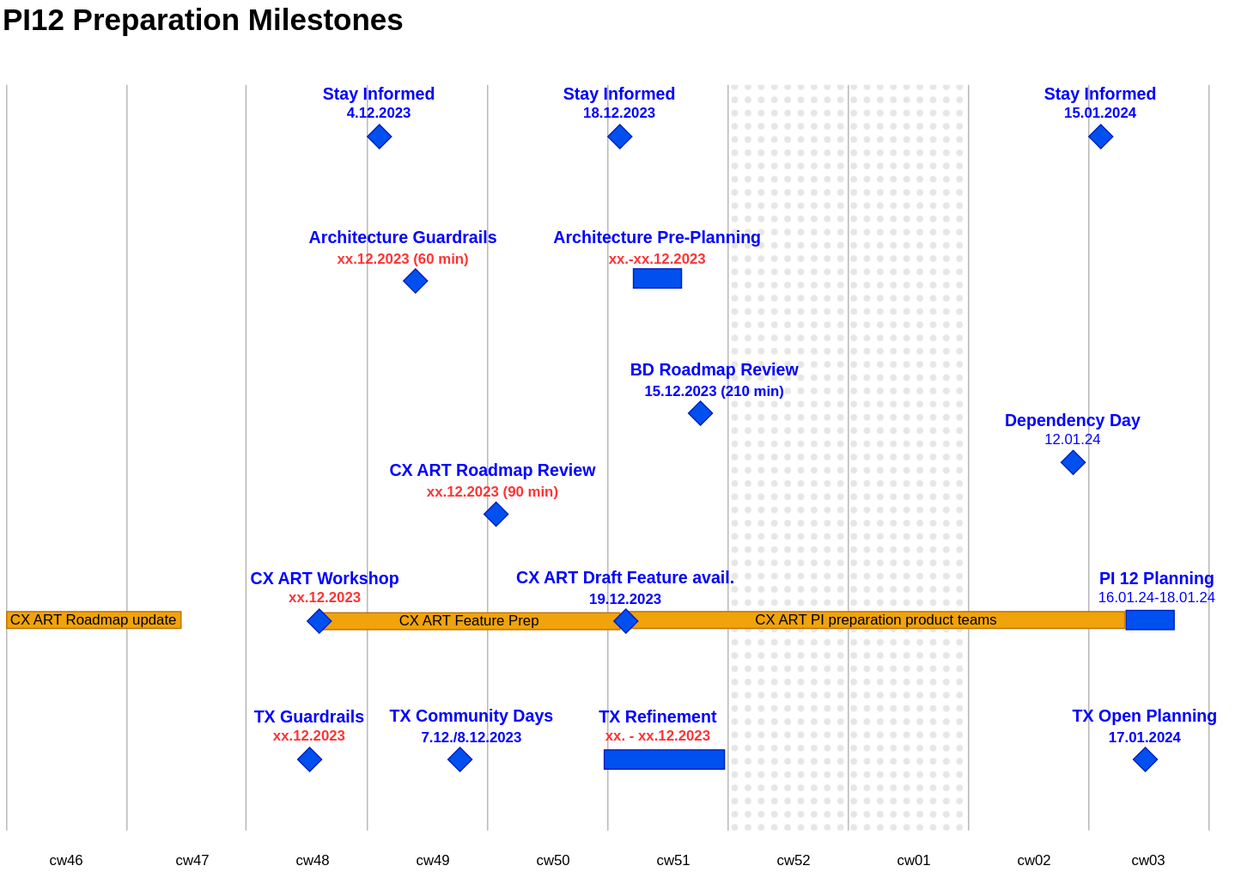
Before: PI12-Preparation-Timeline.drawio.svg, a diagram exported from draw.io (mabige/scratchpad). Source tidied: cells renumbered, new cells last; positions are measured from the earlier drawing's top-left corner, leaving out a move shared by most shapes.
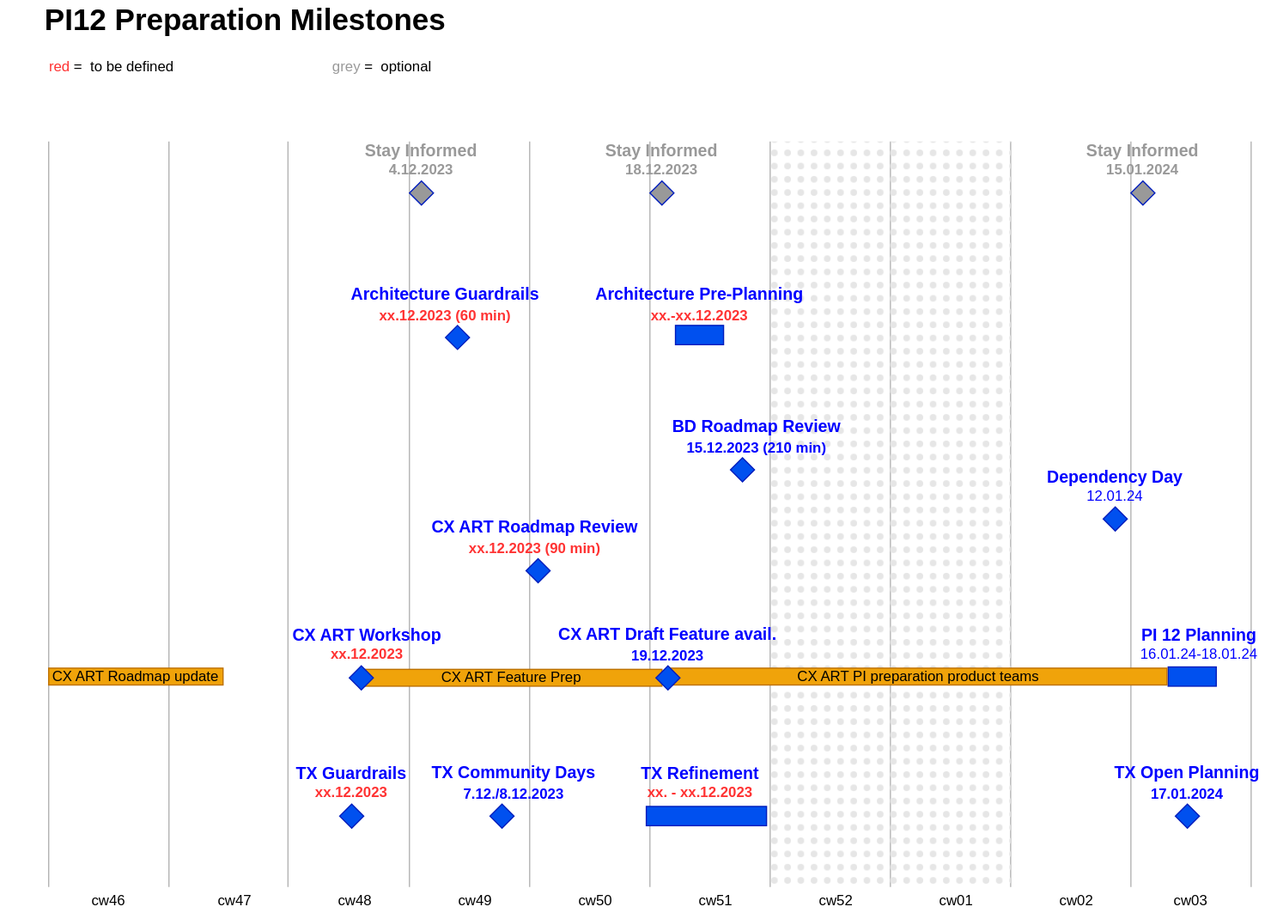
After the change.

The edit, as a diff of the source:
```diff
@@ -3,34 +3,34 @@
     <mxCell id="0" />
     <mxCell id="1" parent="0" />
     <mxCell id="2" value="cw47" style="text;html=1;strokeColor=none;fillColor=none;align=center;verticalAlign=middle;whiteSpace=wrap;rounded=0;" parent="1" vertex="1">
-      <mxGeometry x="130" y="700" width="60" height="30" as="geometry" />
+      <mxGeometry x="130" y="687" width="60" height="30" as="geometry" />
     </mxCell>
     <mxCell id="3" value="cw48" style="text;html=1;strokeColor=none;fillColor=none;align=center;verticalAlign=middle;whiteSpace=wrap;rounded=0;" parent="1" vertex="1">
-      <mxGeometry x="230" y="700" width="60" height="30" as="geometry" />
+      <mxGeometry x="230" y="687" width="60" height="30" as="geometry" />
     </mxCell>
     <mxCell id="4" value="cw49" style="text;html=1;strokeColor=none;fillColor=none;align=center;verticalAlign=middle;whiteSpace=wrap;rounded=0;" parent="1" vertex="1">
-      <mxGeometry x="330" y="700" width="60" height="30" as="geometry" />
+      <mxGeometry x="330" y="687" width="60" height="30" as="geometry" />
     </mxCell>
     <mxCell id="5" value="cw50" style="text;html=1;strokeColor=none;fillColor=none;align=center;verticalAlign=middle;whiteSpace=wrap;rounded=0;" parent="1" vertex="1">
-      <mxGeometry x="430" y="700" width="60" height="30" as="geometry" />
+      <mxGeometry x="430" y="687" width="60" height="30" as="geometry" />
     </mxCell>
     <mxCell id="6" value="cw51" style="text;html=1;strokeColor=none;fillColor=none;align=center;verticalAlign=middle;whiteSpace=wrap;rounded=0;" parent="1" vertex="1">
-      <mxGeometry x="530" y="700" width="60" height="30" as="geometry" />
+      <mxGeometry x="530" y="687" width="60" height="30" as="geometry" />
     </mxCell>
     <mxCell id="7" value="cw52" style="text;html=1;strokeColor=none;fillColor=none;align=center;verticalAlign=middle;whiteSpace=wrap;rounded=0;" parent="1" vertex="1">
-      <mxGeometry x="630" y="700" width="60" height="30" as="geometry" />
+      <mxGeometry x="630" y="687" width="60" height="30" as="geometry" />
     </mxCell>
     <mxCell id="8" value="cw01" style="text;html=1;strokeColor=none;fillColor=none;align=center;verticalAlign=middle;whiteSpace=wrap;rounded=0;" parent="1" vertex="1">
-      <mxGeometry x="730" y="700" width="60" height="30" as="geometry" />
+      <mxGeometry x="730" y="687" width="60" height="30" as="geometry" />
     </mxCell>
     <mxCell id="9" value="cw02" style="text;html=1;strokeColor=none;fillColor=none;align=center;verticalAlign=middle;whiteSpace=wrap;rounded=0;" parent="1" vertex="1">
-      <mxGeometry x="830" y="700" width="60" height="30" as="geometry" />
+      <mxGeometry x="830" y="687" width="60" height="30" as="geometry" />
     </mxCell>
     <mxCell id="10" value="cw03" style="text;html=1;strokeColor=none;fillColor=none;align=center;verticalAlign=middle;whiteSpace=wrap;rounded=0;" parent="1" vertex="1">
-      <mxGeometry x="925" y="700" width="60" height="30" as="geometry" />
+      <mxGeometry x="925" y="687" width="60" height="30" as="geometry" />
     </mxCell>
     <mxCell id="11" value="cw46" style="text;html=1;strokeColor=none;fillColor=none;align=center;verticalAlign=middle;whiteSpace=wrap;rounded=0;" parent="1" vertex="1">
-      <mxGeometry x="25" y="700" width="60" height="30" as="geometry" />
+      <mxGeometry x="25" y="687" width="60" height="30" as="geometry" />
     </mxCell>
     <mxCell id="12" style="endArrow=none;html=1;rounded=0;fontColor=#CCCCCC;strokeColor=#B3B3B3;" parent="1" edge="1">
       <mxGeometry relative="1" as="geometry">
@@ -119,22 +119,22 @@
     <mxCell id="29" style="rounded=0;whiteSpace=wrap;html=1;fillColor=#0050ef;fontColor=#ffffff;strokeColor=#001DBC;" parent="27" vertex="1">
       <mxGeometry x="34" y="34" width="40" height="16" as="geometry" />
     </mxCell>
-    <mxCell id="30" value="&lt;div&gt;&lt;font style=&quot;font-size: 14px;&quot;&gt;Stay Informed&lt;br&gt;&lt;/font&gt;&lt;font style=&quot;font-size: 12px;&quot;&gt;4.12.2023&lt;font style=&quot;font-size: 12px;&quot;&gt;&lt;br&gt;&lt;/font&gt;&lt;/font&gt;&lt;/div&gt;" style="text;html=1;strokeColor=none;fillColor=none;align=center;verticalAlign=middle;whiteSpace=wrap;rounded=0;fontStyle=1;fontColor=#0000FF;" parent="1" vertex="1">
+    <mxCell id="30" value="&lt;div&gt;&lt;font style=&quot;font-size: 14px;&quot;&gt;Stay Informed&lt;br&gt;&lt;/font&gt;&lt;font style=&quot;font-size: 12px;&quot;&gt;4.12.2023&lt;font style=&quot;font-size: 12px;&quot;&gt;&lt;br&gt;&lt;/font&gt;&lt;/font&gt;&lt;/div&gt;" style="text;html=1;strokeColor=none;fillColor=none;align=center;verticalAlign=middle;whiteSpace=wrap;rounded=0;fontStyle=1;fontColor=#999999;" parent="1" vertex="1">
       <mxGeometry x="255" y="70" width="120" height="30" as="geometry" />
     </mxCell>
-    <mxCell id="31" style="rhombus;whiteSpace=wrap;html=1;fillColor=#0050ef;fontColor=#ffffff;strokeColor=#001DBC;" parent="1" vertex="1">
+    <mxCell id="31" style="rhombus;whiteSpace=wrap;html=1;fillColor=#999999;fontColor=#ffffff;strokeColor=#001DBC;" parent="1" vertex="1">
       <mxGeometry x="305" y="103" width="20" height="20" as="geometry" />
     </mxCell>
-    <mxCell id="32" value="&lt;div&gt;&lt;font style=&quot;font-size: 14px;&quot;&gt;Stay Informed&lt;br&gt;&lt;/font&gt;&lt;font style=&quot;font-size: 12px;&quot;&gt;18.12.2023&lt;font style=&quot;font-size: 12px;&quot;&gt;&lt;br&gt;&lt;/font&gt;&lt;/font&gt;&lt;/div&gt;" style="text;html=1;strokeColor=none;fillColor=none;align=center;verticalAlign=middle;whiteSpace=wrap;rounded=0;fontStyle=1;fontColor=#0000FF;" parent="1" vertex="1">
+    <mxCell id="32" value="&lt;div&gt;&lt;font style=&quot;font-size: 14px;&quot;&gt;Stay Informed&lt;br&gt;&lt;/font&gt;&lt;font style=&quot;font-size: 12px;&quot;&gt;18.12.2023&lt;font style=&quot;font-size: 12px;&quot;&gt;&lt;br&gt;&lt;/font&gt;&lt;/font&gt;&lt;/div&gt;" style="text;html=1;strokeColor=none;fillColor=none;align=center;verticalAlign=middle;whiteSpace=wrap;rounded=0;fontStyle=1;fontColor=#999999;" parent="1" vertex="1">
       <mxGeometry x="455" y="70" width="120" height="30" as="geometry" />
     </mxCell>
-    <mxCell id="33" style="rhombus;whiteSpace=wrap;html=1;fillColor=#0050ef;fontColor=#ffffff;strokeColor=#001DBC;" parent="1" vertex="1">
+    <mxCell id="33" style="rhombus;whiteSpace=wrap;html=1;fillColor=#999999;fontColor=#ffffff;strokeColor=#001DBC;" parent="1" vertex="1">
       <mxGeometry x="505" y="103" width="20" height="20" as="geometry" />
     </mxCell>
-    <mxCell id="34" value="&lt;div&gt;&lt;font style=&quot;font-size: 14px;&quot;&gt;Stay Informed&lt;br&gt;&lt;/font&gt;&lt;font style=&quot;font-size: 12px;&quot;&gt;15.01.2024&lt;font style=&quot;font-size: 12px;&quot;&gt;&lt;br&gt;&lt;/font&gt;&lt;/font&gt;&lt;/div&gt;" style="text;html=1;strokeColor=none;fillColor=none;align=center;verticalAlign=middle;whiteSpace=wrap;rounded=0;fontStyle=1;fontColor=#0000FF;" parent="1" vertex="1">
+    <mxCell id="34" value="&lt;div&gt;&lt;font style=&quot;font-size: 14px;&quot;&gt;Stay Informed&lt;br&gt;&lt;/font&gt;&lt;font style=&quot;font-size: 12px;&quot;&gt;15.01.2024&lt;font style=&quot;font-size: 12px;&quot;&gt;&lt;br&gt;&lt;/font&gt;&lt;/font&gt;&lt;/div&gt;" style="text;html=1;strokeColor=none;fillColor=none;align=center;verticalAlign=middle;whiteSpace=wrap;rounded=0;fontStyle=1;fontColor=#999999;" parent="1" vertex="1">
       <mxGeometry x="855" y="70" width="120" height="30" as="geometry" />
     </mxCell>
-    <mxCell id="35" style="rhombus;whiteSpace=wrap;html=1;fillColor=#0050ef;fontColor=#ffffff;strokeColor=#001DBC;" parent="1" vertex="1">
+    <mxCell id="35" style="rhombus;whiteSpace=wrap;html=1;fillColor=#999999;fontColor=#ffffff;strokeColor=#001DBC;" parent="1" vertex="1">
       <mxGeometry x="905" y="103" width="20" height="20" as="geometry" />
     </mxCell>
     <mxCell id="36" value="&lt;div style=&quot;font-size: 14px;&quot;&gt;Architecture Guardrails&lt;font style=&quot;font-size: 14px;&quot;&gt;&lt;br&gt;&lt;/font&gt;&lt;font color=&quot;#ff3333&quot; style=&quot;font-size: 12px;&quot;&gt;xx.12.2023&lt;font style=&quot;font-size: 12px;&quot;&gt; (60 min)&lt;br&gt;&lt;/font&gt;&lt;/font&gt;&lt;/div&gt;" style="text;html=1;strokeColor=none;fillColor=none;align=center;verticalAlign=middle;whiteSpace=wrap;rounded=0;fontStyle=1;fontColor=#0000FF;" parent="1" vertex="1">
@@ -186,7 +186,7 @@
       <mxGeometry x="410" y="473" width="220" height="30" as="geometry" />
     </mxCell>
     <mxCell id="52" value="PI12 Preparation Milestones" style="text;html=1;strokeColor=none;fillColor=none;align=left;verticalAlign=middle;whiteSpace=wrap;rounded=0;fontSize=25;fontStyle=1;" parent="1" vertex="1">
-      <mxGeometry width="490" height="30" as="geometry" />
+      <mxGeometry y="-47" width="490" height="30" as="geometry" />
     </mxCell>
     <mxCell id="53" style="rounded=0;whiteSpace=wrap;html=1;fillColor=#0050ef;fontColor=#ffffff;strokeColor=#001DBC;" parent="1" vertex="1">
       <mxGeometry x="526.2" y="223" width="40" height="16" as="geometry" />
@@ -209,5 +209,11 @@
     <mxCell id="59" value="CX ART Roadmap update" style="rounded=0;whiteSpace=wrap;html=1;fillColor=#f0a30a;fontColor=#000000;strokeColor=#BD7000;" parent="1" vertex="1">
       <mxGeometry x="5" y="508" width="145" height="14" as="geometry" />
     </mxCell>
+    <mxCell id="60" value="&lt;font color=&quot;#999999&quot;&gt;grey&lt;/font&gt; =&amp;nbsp; optional" style="text;html=1;strokeColor=none;fillColor=none;align=center;verticalAlign=middle;whiteSpace=wrap;rounded=0;" parent="1" vertex="1">
+      <mxGeometry x="190" y="-7" width="185" height="30" as="geometry" />
+    </mxCell>
+    <mxCell id="61" value="&lt;font color=&quot;#ff3333&quot;&gt;red&lt;/font&gt; =&amp;nbsp; to be defined " style="text;html=1;strokeColor=none;fillColor=none;align=center;verticalAlign=middle;whiteSpace=wrap;rounded=0;" parent="1" vertex="1">
+      <mxGeometry x="-35" y="-7" width="185" height="30" as="geometry" />
+    </mxCell>
   </root>
 </mxGraphModel>
```
